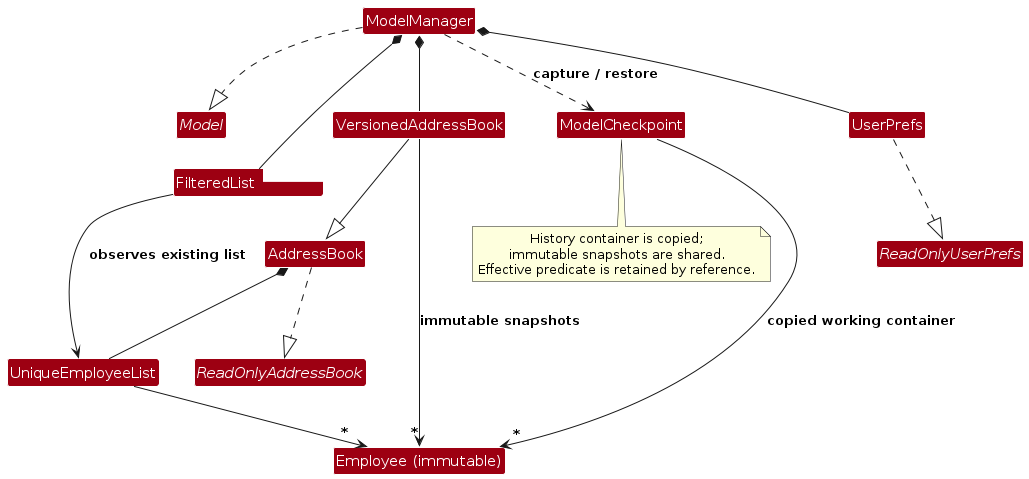
Above: diagrams/ModelClassDiagram.png in AY2627S1-CS2103T-W10-4/tp (PlantUML), before the change. Its source is kept beside it as diagrams/ModelClassDiagram.puml.
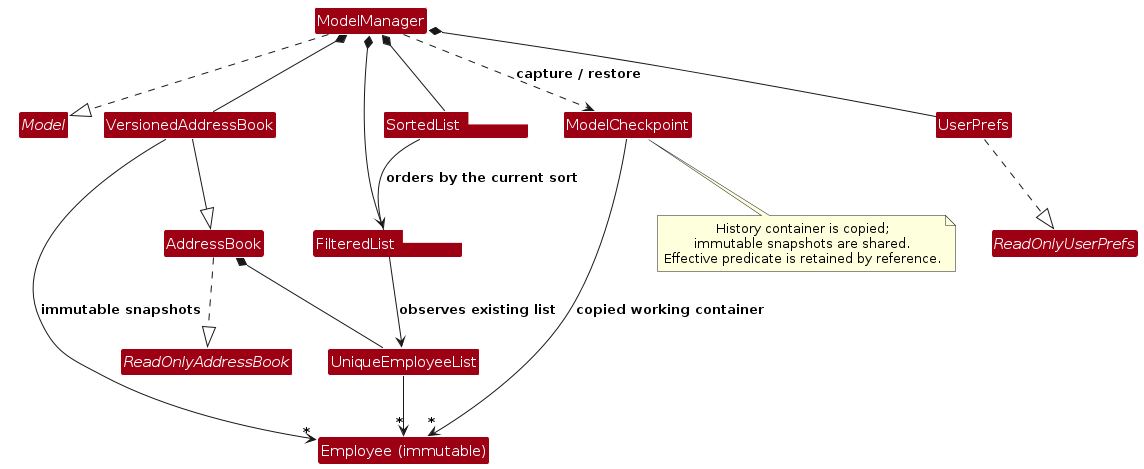
Above is the later version.

Diff of the diagram source:
```diff
@@ -24,6 +24,7 @@
 class UniqueEmployeeList
 class "Employee (immutable)" as Employee
 class "FilteredList<Employee>" as FilteredList
+class "SortedList<Employee>" as SortedList
 class UserPrefs
 ModelManager ..|> Model
 AddressBook ..|> ReadOnlyAddressBook
@@ -31,11 +32,13 @@
 UserPrefs ..|> ReadOnlyUserPrefs
 ModelManager *-- VersionedAddressBook
 ModelManager *-- FilteredList
+ModelManager *-- SortedList
 ModelManager *-- UserPrefs
 ModelManager ..> ModelCheckpoint : capture / restore
 AddressBook *-- UniqueEmployeeList
 UniqueEmployeeList --> "*" Employee
 FilteredList --> UniqueEmployeeList : observes existing list
+SortedList --> FilteredList : orders by the current sort
 VersionedAddressBook --> "*" Employee : immutable snapshots
 ModelCheckpoint --> "*" Employee : copied working container
 note bottom of ModelCheckpoint
```
